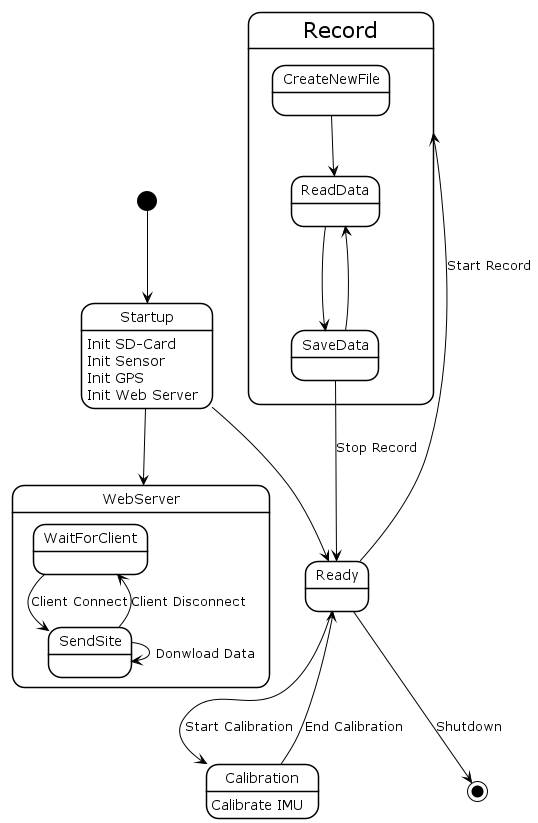
Kinaj1995/MotoData keeps this PlantUML diagram as out/doc/state-diagram/state-diagram.png. Above is the earlier version.
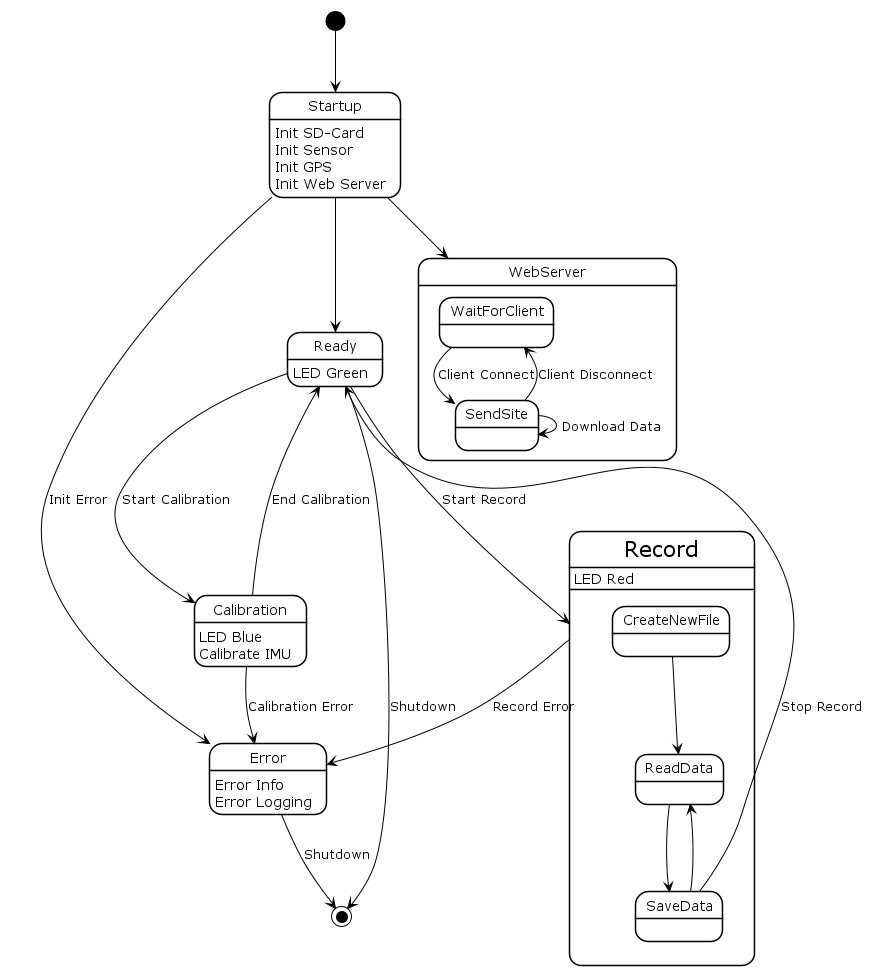
Later version of the same file.

What changed in the source:
```diff
@@ -3,29 +3,34 @@
 !theme plain
 
 
+state Error {
+    Error : Error Info
+    Error : Error Logging
 
-[*] --> Startup
+}
+
+state WebServer {
+    WaitForClient --> SendSite : Client Connect
+    SendSite --> WaitForClient : Client Disconnect
+    SendSite --> SendSite : Download Data
+}
+
+state Startup{
+    Startup : Init SD-Card
+    Startup : Init Sensor
+    Startup : Init GPS
+    Startup : Init Web Server
+
+}
+
+state Ready {
+    Ready : LED Green
+}
 
 
+state Record {
 
-Startup --> Ready
-Startup : Init SD-Card
-Startup : Init Sensor
-Startup : Init GPS
-Startup : Init Web Server
-
-Ready --> Calibration : Start Calibration
-Calibration : Calibrate IMU
-
-
-
-Calibration --> Ready : End Calibration
-
-
-
-Ready --> Record : Start Record
-
-state Record {
+    Record : LED Red
 
     CreateNewFile --> ReadData
     ReadData --> SaveData
@@ -34,20 +39,52 @@
     SaveData --> Ready : Stop Record
 }
 
-
-
-Ready --> [*] : Shutdown
-
-
-Startup --> WebServer
-
-state WebServer {
-    WaitForClient --> SendSite : Client Connect
-    SendSite --> WaitForClient : Client Disconnect
-    SendSite --> SendSite : Donwload Data
+state Calibration{
+    Calibration : LED Blue
+    Calibration : Calibrate IMU
 }
 
 
 
 
+
+[*] --> Startup
+
+Startup --> WebServer
+Startup --> Ready
+Startup --> Error : Init Error
+
+
+
+Ready --> Calibration : Start Calibration
+Ready --> Record : Start Record
+Ready --> [*] : Shutdown
+
+Record --> Error : Record Error
+
+Calibration --> Ready : End Calibration
+Calibration --> Error : Calibration Error
+
+
+Error --> [*] : Shutdown
+
+
+
+
+
+
+
+
+
+
+
+
+
+
+
+
+
+
+
+
 @enduml
```
